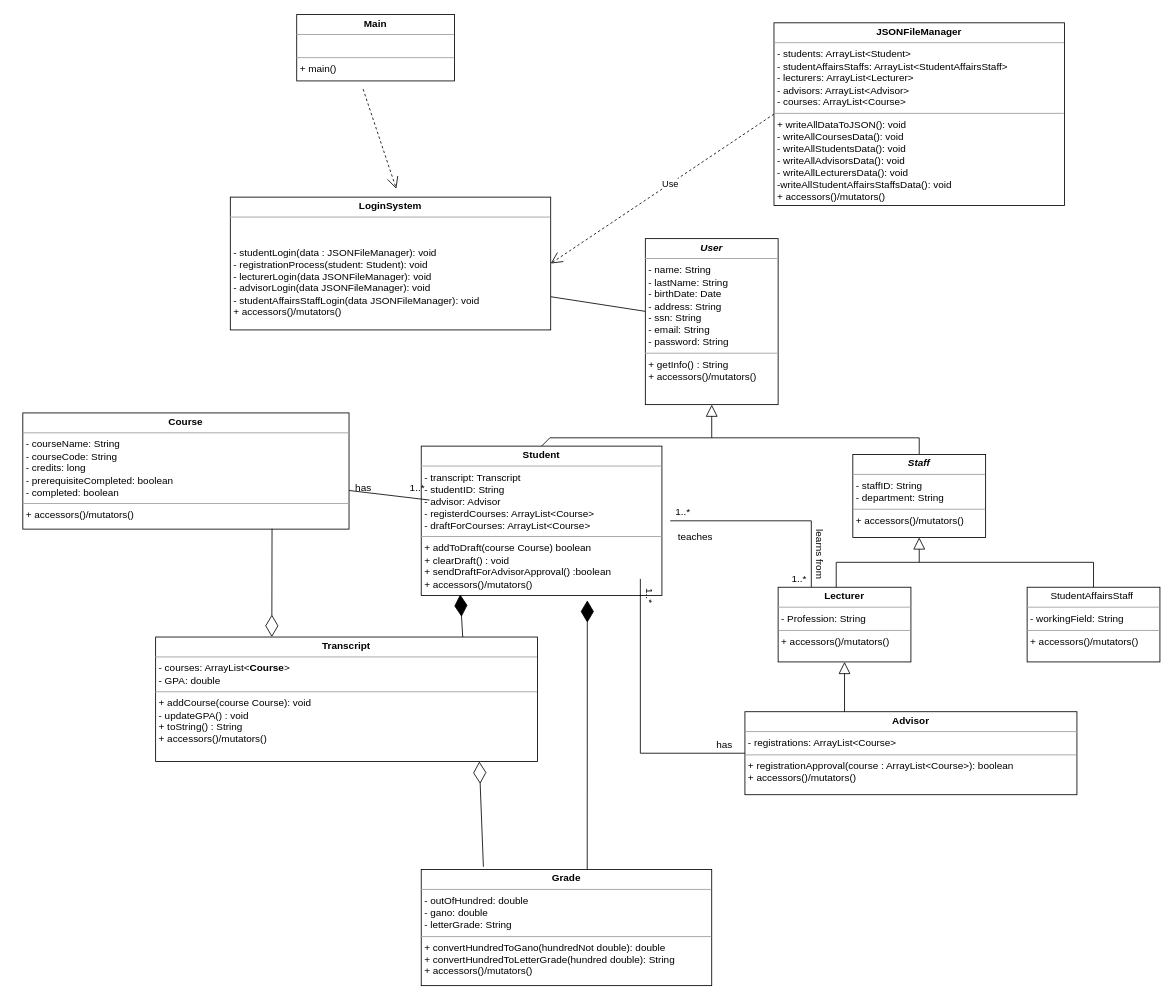
Earlier version of the draw.io diagram Iteration_1/CSE3063F23P1_DCD_GRP9_Iteration1.drawio (yigittuncer07/CSE3063F23P1_GRP9). Source tidied: cells renumbered, new cells numbered last; positions are measured from the earlier drawing's top-left corner, leaving out a move shared by most shapes. Both pictures are drawn from the tidied source at 83%, with x=0, y=0 at pixel (22, 14).
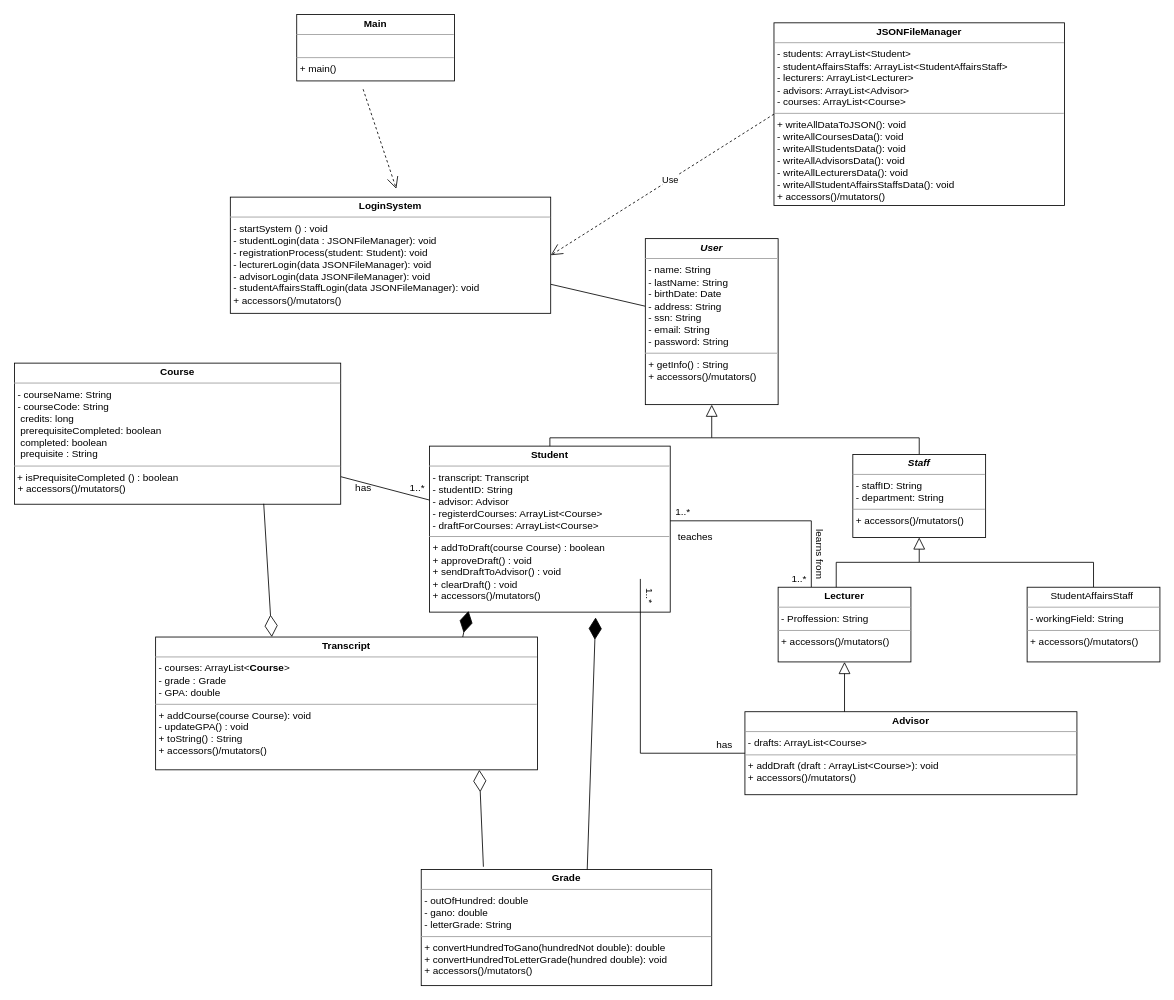
Above is the later version.

Commit message (it also covers changes not shown here):
Updated DCD to pdf File

Diff of the diagram source:
```diff
@@
-    <mxCell id="4" value="&lt;p style=&quot;margin:0px;margin-top:4px;text-align:center;&quot;&gt;&lt;b&gt;Student&lt;/b&gt;&lt;/p&gt;&lt;hr size=&quot;1&quot;&gt;&lt;p style=&quot;margin:0px;margin-left:4px;&quot;&gt;- transcript: Transcript&lt;/p&gt;&lt;p style=&quot;margin:0px;margin-left:4px;&quot;&gt;- studentID: String&lt;/p&gt;&lt;p style=&quot;margin:0px;margin-left:4px;&quot;&gt;- advisor: Advisor&lt;/p&gt;&lt;p style=&quot;margin:0px;margin-left:4px;&quot;&gt;- registerdCourses: ArrayList&amp;lt;Course&amp;gt;&lt;/p&gt;&lt;p style=&quot;margin:0px;margin-left:4px;&quot;&gt;- draftForCourses: ArrayList&amp;lt;Course&amp;gt;&lt;/p&gt;&lt;hr size=&quot;1&quot;&gt;&lt;p style=&quot;margin:0px;margin-left:4px;&quot;&gt;+ addToDraft(course Course) boolean&lt;/p&gt;&lt;p style=&quot;margin:0px;margin-left:4px;&quot;&gt;+ clearDraft() : void&lt;/p&gt;&lt;p style=&quot;margin:0px;margin-left:4px;&quot;&gt;+ sendDraftForAdvisorApproval() :boolean&lt;/p&gt;&lt;p style=&quot;margin:0px;margin-left:4px;&quot;&gt;&lt;span style=&quot;background-color: initial;&quot;&gt;+ accessors()/mutators()&lt;/span&gt;&lt;br&gt;&lt;/p&gt;" style="verticalAlign=top;align=left;overflow=fill;fontSize=12;fontFamily=Helvetica;html=1;whiteSpace=wrap;" parent="1" vertex="1">
-      <mxGeometry x="480" y="520" width="290" height="180" as="geometry" />
+    <mxCell id="4" value="&lt;p style=&quot;margin:0px;margin-top:4px;text-align:center;&quot;&gt;&lt;b&gt;Student&lt;/b&gt;&lt;/p&gt;&lt;hr size=&quot;1&quot;&gt;&lt;p style=&quot;margin:0px;margin-left:4px;&quot;&gt;- transcript: Transcript&lt;/p&gt;&lt;p style=&quot;margin:0px;margin-left:4px;&quot;&gt;- studentID: String&lt;/p&gt;&lt;p style=&quot;margin:0px;margin-left:4px;&quot;&gt;- advisor: Advisor&lt;/p&gt;&lt;p style=&quot;margin:0px;margin-left:4px;&quot;&gt;- registerdCourses: ArrayList&amp;lt;Course&amp;gt;&lt;/p&gt;&lt;p style=&quot;margin:0px;margin-left:4px;&quot;&gt;- draftForCourses: ArrayList&amp;lt;Course&amp;gt;&lt;/p&gt;&lt;hr size=&quot;1&quot;&gt;&lt;p style=&quot;margin:0px;margin-left:4px;&quot;&gt;+ addToDraft(course Course) : boolean&lt;/p&gt;&lt;p style=&quot;margin:0px;margin-left:4px;&quot;&gt;+ approveDraft() : void&lt;/p&gt;&lt;p style=&quot;margin:0px;margin-left:4px;&quot;&gt;+ sendDraftToAdvisor() : void&lt;/p&gt;&lt;p style=&quot;margin:0px;margin-left:4px;&quot;&gt;+ clearDraft() : void&lt;/p&gt;&lt;p style=&quot;margin:0px;margin-left:4px;&quot;&gt;&lt;span style=&quot;background-color: initial;&quot;&gt;+ accessors()/mutators()&lt;/span&gt;&lt;br&gt;&lt;/p&gt;" style="verticalAlign=top;align=left;overflow=fill;fontSize=12;fontFamily=Helvetica;html=1;whiteSpace=wrap;" parent="1" vertex="1">
+      <mxGeometry x="490" y="520" width="290" height="200" as="geometry" />
     </mxCell>
@@
-    <mxCell id="7" value="&lt;p style=&quot;margin:0px;margin-top:4px;text-align:center;&quot;&gt;&lt;b&gt;Advisor&lt;/b&gt;&lt;/p&gt;&lt;hr size=&quot;1&quot;&gt;&lt;p style=&quot;margin:0px;margin-left:4px;&quot;&gt;- registrations: ArrayList&amp;lt;Course&amp;gt;&lt;/p&gt;&lt;hr size=&quot;1&quot;&gt;&lt;p style=&quot;margin:0px;margin-left:4px;&quot;&gt;+ registrationApproval(course : ArrayList&amp;lt;Course&amp;gt;): boolean&lt;/p&gt;&lt;p style=&quot;margin:0px;margin-left:4px;&quot;&gt;+ accessors()/mutators()&lt;br&gt;&lt;/p&gt;" style="verticalAlign=top;align=left;overflow=fill;fontSize=12;fontFamily=Helvetica;html=1;whiteSpace=wrap;" parent="1" vertex="1">
+    <mxCell id="7" value="&lt;p style=&quot;margin:0px;margin-top:4px;text-align:center;&quot;&gt;&lt;b&gt;Advisor&lt;/b&gt;&lt;/p&gt;&lt;hr size=&quot;1&quot;&gt;&lt;p style=&quot;margin:0px;margin-left:4px;&quot;&gt;- drafts: ArrayList&amp;lt;Course&amp;gt;&lt;/p&gt;&lt;hr size=&quot;1&quot;&gt;&lt;p style=&quot;margin:0px;margin-left:4px;&quot;&gt;+ addDraft (draft : ArrayList&amp;lt;Course&amp;gt;): void&lt;/p&gt;&lt;p style=&quot;margin:0px;margin-left:4px;&quot;&gt;+ accessors()/mutators()&lt;br&gt;&lt;/p&gt;" style="verticalAlign=top;align=left;overflow=fill;fontSize=12;fontFamily=Helvetica;html=1;whiteSpace=wrap;" parent="1" vertex="1">
       <mxGeometry x="870" y="840" width="400" height="100" as="geometry" />
     </mxCell>
@@
-    <mxCell id="9" value="&lt;p style=&quot;margin:0px;margin-top:4px;text-align:center;&quot;&gt;&lt;b&gt;Course&lt;/b&gt;&lt;/p&gt;&lt;hr size=&quot;1&quot;&gt;&lt;p style=&quot;margin:0px;margin-left:4px;&quot;&gt;&lt;span style=&quot;background-color: initial;&quot;&gt;- courseName: String&lt;/span&gt;&lt;/p&gt;&lt;p style=&quot;margin:0px;margin-left:4px;&quot;&gt;- courseCode: String&lt;/p&gt;&lt;p style=&quot;margin:0px;margin-left:4px;&quot;&gt;- credits: long&lt;/p&gt;&lt;p style=&quot;margin:0px;margin-left:4px;&quot;&gt;- prerequisiteCompleted: boolean&lt;/p&gt;&lt;p style=&quot;margin:0px;margin-left:4px;&quot;&gt;- completed: boolean&lt;/p&gt;&lt;hr size=&quot;1&quot;&gt;&lt;p style=&quot;margin:0px;margin-left:4px;&quot;&gt;+ accessors()/mutators()&lt;/p&gt;" style="verticalAlign=top;align=left;overflow=fill;fontSize=12;fontFamily=Helvetica;html=1;whiteSpace=wrap;" parent="1" vertex="1">
-      <mxGeometry y="480" width="393" height="140" as="geometry" />
+    <mxCell id="9" value="&lt;p style=&quot;margin:0px;margin-top:4px;text-align:center;&quot;&gt;&lt;b&gt;Course&lt;/b&gt;&lt;/p&gt;&lt;hr size=&quot;1&quot;&gt;&lt;p style=&quot;margin:0px;margin-left:4px;&quot;&gt;&lt;span style=&quot;background-color: initial;&quot;&gt;- courseName: String&lt;/span&gt;&lt;/p&gt;&lt;p style=&quot;margin:0px;margin-left:4px;&quot;&gt;- courseCode: String&lt;/p&gt;&lt;p style=&quot;margin:0px;margin-left:4px;&quot;&gt;&amp;nbsp;credits: long&lt;/p&gt;&lt;p style=&quot;margin:0px;margin-left:4px;&quot;&gt;&amp;nbsp;prerequisiteCompleted: boolean&lt;/p&gt;&lt;p style=&quot;margin:0px;margin-left:4px;&quot;&gt;&amp;nbsp;completed: boolean&lt;/p&gt;&lt;p style=&quot;margin:0px;margin-left:4px;&quot;&gt;&amp;nbsp;prequisite : String&lt;/p&gt;&lt;hr size=&quot;1&quot;&gt;&amp;nbsp;+ isPrequisiteCompleted () : boolean&lt;br&gt;&lt;p style=&quot;margin:0px;margin-left:4px;&quot;&gt;+ accessors()/mutators()&lt;/p&gt;" style="verticalAlign=top;align=left;overflow=fill;fontSize=12;fontFamily=Helvetica;html=1;whiteSpace=wrap;" parent="1" vertex="1">
+      <mxGeometry x="-10" y="420" width="393" height="170" as="geometry" />
     </mxCell>
-    <mxCell id="10" value="&lt;p style=&quot;margin:0px;margin-top:4px;text-align:center;&quot;&gt;&lt;b&gt;Transcript&lt;/b&gt;&lt;/p&gt;&lt;hr size=&quot;1&quot;&gt;&lt;p style=&quot;margin:0px;margin-left:4px;&quot;&gt;- courses: ArrayList&amp;lt;&lt;b style=&quot;border-color: var(--border-color); text-align: center;&quot;&gt;Course&lt;/b&gt;&lt;span style=&quot;background-color: initial;&quot;&gt;&amp;gt;&lt;/span&gt;&lt;br&gt;&lt;/p&gt;&lt;p style=&quot;margin:0px;margin-left:4px;&quot;&gt;&lt;span style=&quot;background-color: initial;&quot;&gt;- GPA: double&lt;/span&gt;&lt;/p&gt;&lt;hr size=&quot;1&quot;&gt;&lt;p style=&quot;margin:0px;margin-left:4px;&quot;&gt;+ addCourse(course Course): void&lt;/p&gt;&lt;p style=&quot;margin:0px;margin-left:4px;&quot;&gt;- updateGPA() : void&lt;/p&gt;&lt;p style=&quot;margin:0px;margin-left:4px;&quot;&gt;+ toString() : String&lt;/p&gt;&lt;p style=&quot;margin:0px;margin-left:4px;&quot;&gt;&lt;span style=&quot;background-color: initial;&quot;&gt;+ accessors()/mutators()&lt;/span&gt;&lt;/p&gt;" style="verticalAlign=top;align=left;overflow=fill;fontSize=12;fontFamily=Helvetica;html=1;whiteSpace=wrap;" parent="1" vertex="1">
-      <mxGeometry x="160" y="750" width="460" height="150" as="geometry" />
+    <mxCell id="10" value="&lt;p style=&quot;margin:0px;margin-top:4px;text-align:center;&quot;&gt;&lt;b&gt;Transcript&lt;/b&gt;&lt;/p&gt;&lt;hr size=&quot;1&quot;&gt;&lt;p style=&quot;margin:0px;margin-left:4px;&quot;&gt;- courses: ArrayList&amp;lt;&lt;b style=&quot;border-color: var(--border-color); text-align: center;&quot;&gt;Course&lt;/b&gt;&lt;span style=&quot;background-color: initial;&quot;&gt;&amp;gt;&lt;/span&gt;&lt;br&gt;&lt;/p&gt;&lt;p style=&quot;margin:0px;margin-left:4px;&quot;&gt;&lt;span style=&quot;background-color: initial;&quot;&gt;- grade : Grade&lt;/span&gt;&lt;/p&gt;&lt;p style=&quot;margin:0px;margin-left:4px;&quot;&gt;&lt;span style=&quot;background-color: initial;&quot;&gt;- GPA: double&lt;/span&gt;&lt;/p&gt;&lt;hr size=&quot;1&quot;&gt;&lt;p style=&quot;margin:0px;margin-left:4px;&quot;&gt;+ addCourse(course Course): void&lt;/p&gt;&lt;p style=&quot;margin:0px;margin-left:4px;&quot;&gt;- updateGPA() : void&lt;/p&gt;&lt;p style=&quot;margin:0px;margin-left:4px;&quot;&gt;+ toString() : String&lt;/p&gt;&lt;p style=&quot;margin:0px;margin-left:4px;&quot;&gt;&lt;span style=&quot;background-color: initial;&quot;&gt;+ accessors()/mutators()&lt;/span&gt;&lt;/p&gt;" style="verticalAlign=top;align=left;overflow=fill;fontSize=12;fontFamily=Helvetica;html=1;whiteSpace=wrap;" parent="1" vertex="1">
+      <mxGeometry x="160" y="750" width="460" height="160" as="geometry" />
     </mxCell>
-    <mxCell id="11" value="&lt;p style=&quot;margin:0px;margin-top:4px;text-align:center;&quot;&gt;&lt;b&gt;Grade&lt;/b&gt;&lt;/p&gt;&lt;hr size=&quot;1&quot;&gt;&lt;p style=&quot;margin:0px;margin-left:4px;&quot;&gt;- outOfHundred: double&lt;/p&gt;&lt;p style=&quot;margin:0px;margin-left:4px;&quot;&gt;- gano: double&lt;/p&gt;&lt;p style=&quot;margin:0px;margin-left:4px;&quot;&gt;- letterGrade: String&lt;/p&gt;&lt;hr size=&quot;1&quot;&gt;&lt;p style=&quot;margin:0px;margin-left:4px;&quot;&gt;+ convertHundredToGano(hundredNot double): double&lt;/p&gt;&lt;p style=&quot;margin:0px;margin-left:4px;&quot;&gt;+ convertHundredToLetterGrade(hundred double): String&lt;/p&gt;&lt;p style=&quot;margin:0px;margin-left:4px;&quot;&gt;+ accessors()/mutators()&lt;br&gt;&lt;/p&gt;" style="verticalAlign=top;align=left;overflow=fill;fontSize=12;fontFamily=Helvetica;html=1;whiteSpace=wrap;" parent="1" vertex="1">
+    <mxCell id="11" value="&lt;p style=&quot;margin:0px;margin-top:4px;text-align:center;&quot;&gt;&lt;b&gt;Grade&lt;/b&gt;&lt;/p&gt;&lt;hr size=&quot;1&quot;&gt;&lt;p style=&quot;margin:0px;margin-left:4px;&quot;&gt;- outOfHundred: double&lt;/p&gt;&lt;p style=&quot;margin:0px;margin-left:4px;&quot;&gt;- gano: double&lt;/p&gt;&lt;p style=&quot;margin:0px;margin-left:4px;&quot;&gt;- letterGrade: String&lt;/p&gt;&lt;hr size=&quot;1&quot;&gt;&lt;p style=&quot;margin:0px;margin-left:4px;&quot;&gt;+ convertHundredToGano(hundredNot double): double&lt;/p&gt;&lt;p style=&quot;margin:0px;margin-left:4px;&quot;&gt;+ convertHundredToLetterGrade(hundred double): void&lt;/p&gt;&lt;p style=&quot;margin:0px;margin-left:4px;&quot;&gt;+ accessors()/mutators()&lt;br&gt;&lt;/p&gt;" style="verticalAlign=top;align=left;overflow=fill;fontSize=12;fontFamily=Helvetica;html=1;whiteSpace=wrap;" parent="1" vertex="1">
       <mxGeometry x="480" y="1030" width="350" height="140" as="geometry" />
     </mxCell>
@@
-    <mxCell id="15" value="&lt;p style=&quot;margin:0px;margin-top:4px;text-align:center;&quot;&gt;&lt;b&gt;Lecturer&lt;/b&gt;&lt;/p&gt;&lt;hr size=&quot;1&quot;&gt;&lt;p style=&quot;margin:0px;margin-left:4px;&quot;&gt;- Profession: String&lt;/p&gt;&lt;hr size=&quot;1&quot;&gt;&lt;p style=&quot;margin:0px;margin-left:4px;&quot;&gt;+ accessors()/mutators()&lt;br&gt;&lt;/p&gt;" style="verticalAlign=top;align=left;overflow=fill;fontSize=12;fontFamily=Helvetica;html=1;whiteSpace=wrap;" parent="1" vertex="1">
+    <mxCell id="15" value="&lt;p style=&quot;margin:0px;margin-top:4px;text-align:center;&quot;&gt;&lt;b&gt;Lecturer&lt;/b&gt;&lt;/p&gt;&lt;hr size=&quot;1&quot;&gt;&lt;p style=&quot;margin:0px;margin-left:4px;&quot;&gt;- Proffession: String&lt;/p&gt;&lt;hr size=&quot;1&quot;&gt;&lt;p style=&quot;margin:0px;margin-left:4px;&quot;&gt;+ accessors()/mutators()&lt;br&gt;&lt;/p&gt;" style="verticalAlign=top;align=left;overflow=fill;fontSize=12;fontFamily=Helvetica;html=1;whiteSpace=wrap;" parent="1" vertex="1">
       <mxGeometry x="910" y="690" width="160" height="90" as="geometry" />
     </mxCell>
-    <mxCell id="16" value="&lt;p style=&quot;margin:0px;margin-top:4px;text-align:center;&quot;&gt;&lt;b&gt;LoginSystem&lt;/b&gt;&lt;/p&gt;&lt;hr size=&quot;1&quot;&gt;&lt;p style=&quot;margin:0px;margin-left:4px;&quot;&gt;&lt;br&gt;&lt;/p&gt;&lt;p style=&quot;margin:0px;margin-left:4px;&quot;&gt;&lt;br&gt;&lt;/p&gt;&lt;p style=&quot;margin:0px;margin-left:4px;&quot;&gt;- studentLogin(data : JSONFileManager): void&lt;/p&gt;&lt;p style=&quot;margin:0px;margin-left:4px;&quot;&gt;- registrationProcess(student: Student): void&lt;/p&gt;&lt;p style=&quot;margin:0px;margin-left:4px;&quot;&gt;- lecturerLogin(data JSONFileManager): void&lt;/p&gt;&lt;p style=&quot;margin:0px;margin-left:4px;&quot;&gt;- advisorLogin(data JSONFileManager): void&lt;/p&gt;&lt;p style=&quot;border-color: var(--border-color); margin: 0px 0px 0px 4px;&quot;&gt;- studentAffairsStaffLogin(data JSONFileManager): void&lt;/p&gt;&lt;div&gt;&lt;p style=&quot;border-color: var(--border-color); margin: 0px 0px 0px 4px;&quot;&gt;+ accessors()/mutators()&lt;br&gt;&lt;/p&gt;&lt;/div&gt;&lt;p style=&quot;margin:0px;margin-left:4px;&quot;&gt;&lt;br&gt;&lt;/p&gt;" style="verticalAlign=top;align=left;overflow=fill;fontSize=12;fontFamily=Helvetica;html=1;whiteSpace=wrap;" parent="1" vertex="1">
-      <mxGeometry x="250" y="220" width="386" height="160" as="geometry" />
+    <mxCell id="16" value="&lt;p style=&quot;margin:0px;margin-top:4px;text-align:center;&quot;&gt;&lt;b&gt;LoginSystem&lt;/b&gt;&lt;/p&gt;&lt;hr size=&quot;1&quot;&gt;&lt;p style=&quot;margin:0px;margin-left:4px;&quot;&gt;- startSystem () : void&lt;/p&gt;&lt;p style=&quot;margin:0px;margin-left:4px;&quot;&gt;- studentLogin(data : JSONFileManager): void&lt;/p&gt;&lt;p style=&quot;margin:0px;margin-left:4px;&quot;&gt;- registrationProcess(student: Student): void&lt;/p&gt;&lt;p style=&quot;margin:0px;margin-left:4px;&quot;&gt;- lecturerLogin(data JSONFileManager): void&lt;/p&gt;&lt;p style=&quot;margin:0px;margin-left:4px;&quot;&gt;- advisorLogin(data JSONFileManager): void&lt;/p&gt;&lt;p style=&quot;border-color: var(--border-color); margin: 0px 0px 0px 4px;&quot;&gt;- studentAffairsStaffLogin(data JSONFileManager): void&lt;/p&gt;&lt;div&gt;&lt;p style=&quot;border-color: var(--border-color); margin: 0px 0px 0px 4px;&quot;&gt;+ accessors()/mutators()&lt;br&gt;&lt;/p&gt;&lt;/div&gt;&lt;p style=&quot;margin:0px;margin-left:4px;&quot;&gt;&lt;br&gt;&lt;/p&gt;" style="verticalAlign=top;align=left;overflow=fill;fontSize=12;fontFamily=Helvetica;html=1;whiteSpace=wrap;" parent="1" vertex="1">
+      <mxGeometry x="250" y="220" width="386" height="140" as="geometry" />
     </mxCell>
@@
-    <mxCell id="20" value="&lt;p style=&quot;margin:0px;margin-top:4px;text-align:center;&quot;&gt;&lt;b&gt;JSONFileManager&lt;/b&gt;&lt;/p&gt;&lt;hr size=&quot;1&quot;&gt;&lt;p style=&quot;margin:0px;margin-left:4px;&quot;&gt;- students: ArrayList&amp;lt;Student&amp;gt;&lt;/p&gt;&lt;p style=&quot;margin:0px;margin-left:4px;&quot;&gt;- studentAffairsStaffs: ArrayList&amp;lt;StudentAffairsStaff&amp;gt;&lt;/p&gt;&lt;p style=&quot;margin:0px;margin-left:4px;&quot;&gt;- lecturers: ArrayList&amp;lt;Lecturer&amp;gt;&lt;/p&gt;&lt;p style=&quot;margin:0px;margin-left:4px;&quot;&gt;- advisors: ArrayList&amp;lt;Advisor&amp;gt;&lt;/p&gt;&lt;p style=&quot;margin:0px;margin-left:4px;&quot;&gt;- courses: ArrayList&amp;lt;Course&amp;gt;&lt;/p&gt;&lt;hr size=&quot;1&quot;&gt;&lt;p style=&quot;margin:0px;margin-left:4px;&quot;&gt;+ writeAllDataToJSON(): void&lt;/p&gt;&lt;p style=&quot;margin:0px;margin-left:4px;&quot;&gt;- writeAllCoursesData(): void&lt;/p&gt;&lt;p style=&quot;margin:0px;margin-left:4px;&quot;&gt;- writeAllStudentsData(): void&lt;/p&gt;&lt;p style=&quot;margin:0px;margin-left:4px;&quot;&gt;- writeAllAdvisorsData(): void&lt;/p&gt;&lt;p style=&quot;margin:0px;margin-left:4px;&quot;&gt;- writeAllLecturersData(): void&lt;/p&gt;&lt;p style=&quot;margin:0px;margin-left:4px;&quot;&gt;-writeAllStudentAffairsStaffsData(): void&lt;/p&gt;&lt;p style=&quot;margin:0px;margin-left:4px;&quot;&gt;+ accessors()/mutators()&lt;br&gt;&lt;/p&gt;" style="verticalAlign=top;align=left;overflow=fill;fontSize=12;fontFamily=Helvetica;html=1;whiteSpace=wrap;" parent="1" vertex="1">
+    <mxCell id="20" value="&lt;p style=&quot;margin:0px;margin-top:4px;text-align:center;&quot;&gt;&lt;b&gt;JSONFileManager&lt;/b&gt;&lt;/p&gt;&lt;hr size=&quot;1&quot;&gt;&lt;p style=&quot;margin:0px;margin-left:4px;&quot;&gt;- students: ArrayList&amp;lt;Student&amp;gt;&lt;/p&gt;&lt;p style=&quot;margin:0px;margin-left:4px;&quot;&gt;- studentAffairsStaffs: ArrayList&amp;lt;StudentAffairsStaff&amp;gt;&lt;/p&gt;&lt;p style=&quot;margin:0px;margin-left:4px;&quot;&gt;- lecturers: ArrayList&amp;lt;Lecturer&amp;gt;&lt;/p&gt;&lt;p style=&quot;margin:0px;margin-left:4px;&quot;&gt;- advisors: ArrayList&amp;lt;Advisor&amp;gt;&lt;/p&gt;&lt;p style=&quot;margin:0px;margin-left:4px;&quot;&gt;- courses: ArrayList&amp;lt;Course&amp;gt;&lt;/p&gt;&lt;hr size=&quot;1&quot;&gt;&lt;p style=&quot;margin:0px;margin-left:4px;&quot;&gt;+ writeAllDataToJSON(): void&lt;/p&gt;&lt;p style=&quot;margin:0px;margin-left:4px;&quot;&gt;- writeAllCoursesData(): void&lt;/p&gt;&lt;p style=&quot;margin:0px;margin-left:4px;&quot;&gt;- writeAllStudentsData(): void&lt;/p&gt;&lt;p style=&quot;margin:0px;margin-left:4px;&quot;&gt;- writeAllAdvisorsData(): void&lt;/p&gt;&lt;p style=&quot;margin:0px;margin-left:4px;&quot;&gt;- writeAllLecturersData(): void&lt;/p&gt;&lt;p style=&quot;margin:0px;margin-left:4px;&quot;&gt;- writeAllStudentAffairsStaffsData(): void&lt;/p&gt;&lt;p style=&quot;margin:0px;margin-left:4px;&quot;&gt;+ accessors()/mutators()&lt;br&gt;&lt;/p&gt;" style="verticalAlign=top;align=left;overflow=fill;fontSize=12;fontFamily=Helvetica;html=1;whiteSpace=wrap;" parent="1" vertex="1">
       <mxGeometry x="905" y="10" width="350" height="220" as="geometry" />
     </mxCell>
@@
     <mxCell id="25" style="endArrow=diamondThin;endFill=0;endSize=24;html=1;rounded=0;exitX=0.214;exitY=-0.023;exitDx=0;exitDy=0;exitPerimeter=0;" parent="1" edge="1" source="11">
       <mxGeometry relative="1" as="geometry">
-        <mxPoint x="550" y="900" as="targetPoint" />
+        <mxPoint x="550" y="910" as="targetPoint" />
       </mxGeometry>
     </mxCell>
```
